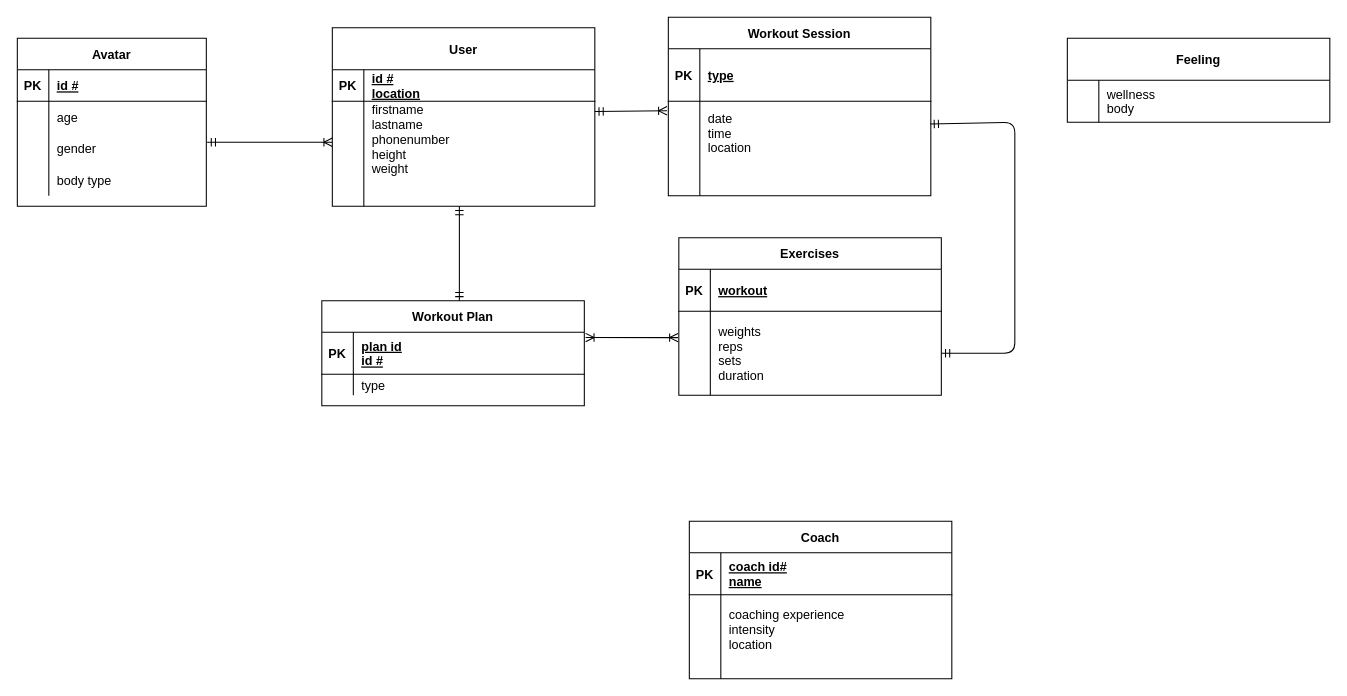
Above: Untitled Diagram.drawio in YmaniN/FitnessTracker (draw.io), before the change. Source tidied: cells renumbered, new cells numbered last; positions are measured from the earlier drawing's top-left corner, leaving out a move shared by most shapes. Both pictures are drawn from the tidied source at 105%, with x=0, y=0 at pixel (17, 17).
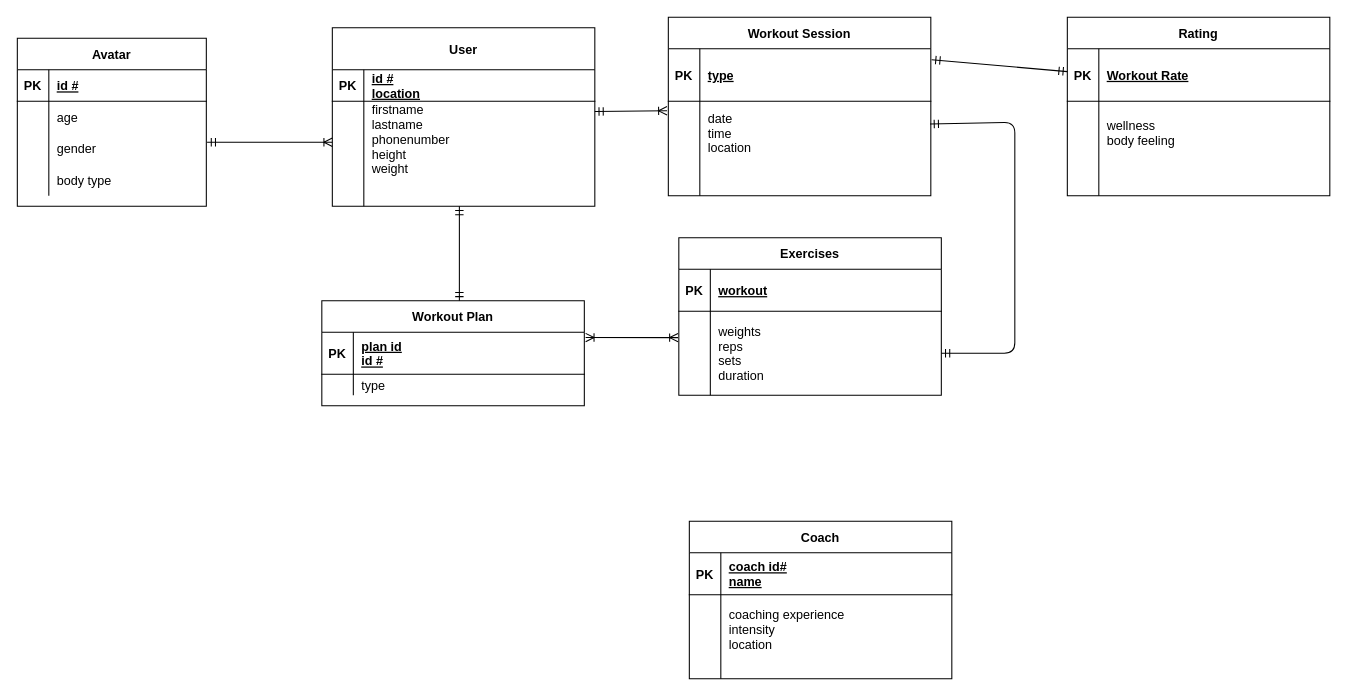
The same page after the edit.

Commit message:
Workout session to rating

every workout session has one post workout rating and there is one rating for a workout

Unchanged cells that the change refers to:
```xml
<mxCell id="3" style="shape=partialRectangle;fillColor=none;points=[[0,0.5],[1,0.5]];portConstraint=eastwest;top=0;left=0;right=0;bottom=1;" parent="2" vertex="1">
  <mxGeometry y="30" width="250" height="50" as="geometry" />
</mxCell>
```

The edit, as a diff of the source:
```diff
@@
-    <mxCell id="33" value="Feeling" style="shape=table;startSize=40;childLayout=tableLayout;rowLines=0;fontStyle=1;align=center;" parent="1" vertex="1">
-      <mxGeometry x="1000" y="20" width="250" height="80" as="geometry" />
-    </mxCell>
-    <mxCell id="34" style="shape=partialRectangle;fillColor=none;top=0;left=0;right=0;bottom=0;" parent="33" vertex="1">
-      <mxGeometry y="40" width="250" height="40" as="geometry" />
-    </mxCell>
-    <mxCell id="35" style="shape=partialRectangle;overflow=hidden;fillColor=none;top=0;left=0;bottom=0;right=0;" parent="34" vertex="1">
-      <mxGeometry width="30" height="40" as="geometry" />
-    </mxCell>
-    <mxCell id="36" value="wellness&#10;body" style="shape=partialRectangle;overflow=hidden;fillColor=none;top=0;left=0;bottom=0;right=0;align=left;spacingLeft=6;" parent="34" vertex="1">
-      <mxGeometry x="30" width="220" height="40" as="geometry" />
-    </mxCell>
@@
+    <mxCell id="62" style="endArrow=ERmandOne;html=1;entryX=0;entryY=0.396;entryDx=0;entryDy=0;entryPerimeter=0;exitX=1.003;exitY=0.207;exitDx=0;exitDy=0;exitPerimeter=0;startArrow=ERmandOne;startFill=0;endFill=0;" parent="1" edge="1" source="3">
+      <mxGeometry relative="1" as="geometry">
+        <mxPoint x="1000" y="51.7" as="targetPoint" />
+      </mxGeometry>
+    </mxCell>
+    <mxCell id="63" value="Rating" style="shape=table;startSize=30;childLayout=tableLayout;rowLines=0;fontStyle=1;align=center;" parent="1" vertex="1">
+      <mxGeometry x="1000" width="250" height="170" as="geometry" />
+    </mxCell>
+    <mxCell id="64" style="shape=partialRectangle;fillColor=none;top=0;left=0;right=0;bottom=1;" parent="63" vertex="1">
+      <mxGeometry y="30" width="250" height="50" as="geometry" />
+    </mxCell>
+    <mxCell id="65" value="PK" style="shape=partialRectangle;overflow=hidden;fillColor=none;top=0;left=0;bottom=0;right=0;fontStyle=1;" parent="64" vertex="1">
+      <mxGeometry width="30" height="50" as="geometry" />
+    </mxCell>
+    <mxCell id="66" value="Workout Rate" style="shape=partialRectangle;overflow=hidden;fillColor=none;top=0;left=0;bottom=0;right=0;align=left;spacingLeft=6;fontStyle=5;" parent="64" vertex="1">
+      <mxGeometry x="30" width="220" height="50" as="geometry" />
+    </mxCell>
+    <mxCell id="67" style="shape=partialRectangle;fillColor=none;top=0;left=0;right=0;bottom=0;" parent="63" vertex="1">
+      <mxGeometry y="80" width="250" height="60" as="geometry" />
+    </mxCell>
+    <mxCell id="68" style="shape=partialRectangle;overflow=hidden;fillColor=none;top=0;left=0;bottom=0;right=0;" parent="67" vertex="1">
+      <mxGeometry width="30" height="60" as="geometry" />
+    </mxCell>
+    <mxCell id="69" value="wellness&#10;body feeling" style="shape=partialRectangle;overflow=hidden;fillColor=none;top=0;left=0;bottom=0;right=0;align=left;spacingLeft=6;" parent="67" vertex="1">
+      <mxGeometry x="30" width="220" height="60" as="geometry" />
+    </mxCell>
+    <mxCell id="70" style="shape=partialRectangle;fillColor=none;top=0;left=0;right=0;bottom=0;" parent="63" vertex="1">
+      <mxGeometry y="140" width="250" height="30" as="geometry" />
+    </mxCell>
+    <mxCell id="71" style="shape=partialRectangle;overflow=hidden;fillColor=none;top=0;left=0;bottom=0;right=0;" parent="70" vertex="1">
+      <mxGeometry width="30" height="30" as="geometry" />
+    </mxCell>
+    <mxCell id="72" style="shape=partialRectangle;overflow=hidden;fillColor=none;top=0;left=0;bottom=0;right=0;align=left;spacingLeft=6;" parent="70" vertex="1">
+      <mxGeometry x="30" width="220" height="30" as="geometry" />
+    </mxCell>
```
